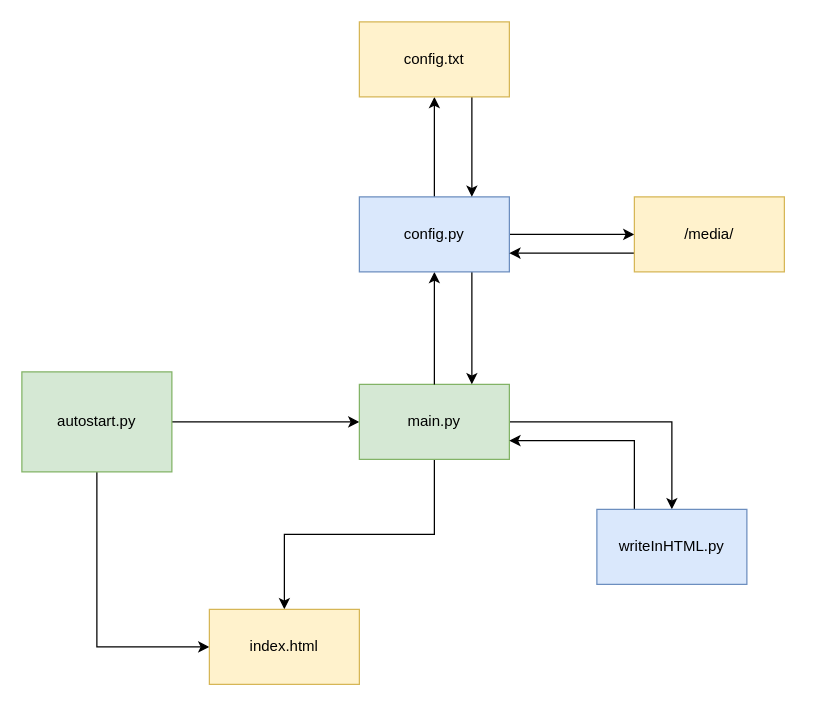
Earlier version of the draw.io diagram Flowchart.drawio (WFWisag/Lobbyfernseher-code). Source tidied: cells renumbered, new cells numbered last; positions are measured from the earlier drawing's top-left corner, leaving out a move shared by most shapes. Both pictures are drawn from the tidied source at 125%, with x=0, y=0 at pixel (21, 21).
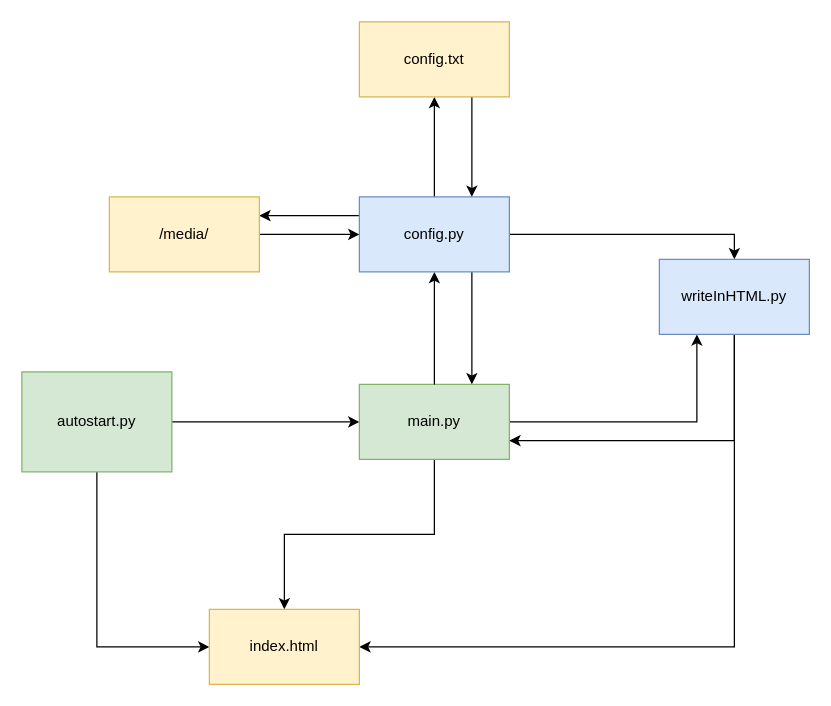
The same page after the edit.

The change refers to these unchanged cells:
```xml
<mxCell id="7" value="main.py" style="rounded=0;whiteSpace=wrap;html=1;fillColor=#d5e8d4;strokeColor=#82b366;" parent="1" vertex="1">
  <mxGeometry x="270" y="290" width="120" height="60" as="geometry" />
</mxCell>
<mxCell id="12" value="config.py" style="rounded=0;whiteSpace=wrap;html=1;fillColor=#dae8fc;strokeColor=#6c8ebf;" parent="1" vertex="1">
  <mxGeometry x="270" y="140" width="120" height="60" as="geometry" />
</mxCell>
<mxCell id="17" value="index.html" style="rounded=0;whiteSpace=wrap;html=1;fillColor=#fff2cc;strokeColor=#d6b656;" parent="1" vertex="1">
  <mxGeometry x="150" y="470" width="120" height="60" as="geometry" />
</mxCell>
```

Diff of the diagram source:
```diff
@@
-    <mxCell id="5" style="edgeStyle=orthogonalEdgeStyle;rounded=0;jettySize=auto;html=1;exitX=1;exitY=0.5;exitDx=0;exitDy=0;entryX=0.5;entryY=0;entryDx=0;entryDy=0;" parent="1" edge="1" source="7" target="14">
+    <mxCell id="5" style="edgeStyle=orthogonalEdgeStyle;rounded=0;jettySize=auto;html=1;exitX=1;exitY=0.5;exitDx=0;exitDy=0;entryX=0.25;entryY=1;entryDx=0;entryDy=0;" parent="1" edge="1" source="7" target="14">
       <mxGeometry relative="1" as="geometry" />
     </mxCell>
@@
-    <mxCell id="11" style="edgeStyle=orthogonalEdgeStyle;rounded=0;jettySize=auto;html=1;exitX=1;exitY=0.5;exitDx=0;exitDy=0;entryX=0;entryY=0.5;entryDx=0;entryDy=0;" parent="1" edge="1" source="12" target="19">
+    <mxCell id="11" style="edgeStyle=orthogonalEdgeStyle;rounded=0;jettySize=auto;html=1;exitX=0;exitY=0.25;exitDx=0;exitDy=0;entryX=1;entryY=0.25;entryDx=0;entryDy=0;" parent="1" edge="1" source="12" target="19">
       <mxGeometry relative="1" as="geometry" />
     </mxCell>
+    <mxCell id="20" style="edgeStyle=orthogonalEdgeStyle;rounded=0;jettySize=auto;html=1;exitX=1;exitY=0.5;exitDx=0;exitDy=0;entryX=0.5;entryY=0;entryDx=0;entryDy=0;" parent="1" edge="1" source="12" target="14">
+      <mxGeometry relative="1" as="geometry" />
+    </mxCell>
@@
-    <mxCell id="13" style="edgeStyle=orthogonalEdgeStyle;rounded=0;jettySize=auto;html=1;exitX=0.25;exitY=0;exitDx=0;exitDy=0;entryX=1;entryY=0.75;entryDx=0;entryDy=0;" parent="1" edge="1" source="14" target="7">
-      <mxGeometry relative="1" as="geometry" />
+    <mxCell id="13" style="edgeStyle=orthogonalEdgeStyle;rounded=0;jettySize=auto;html=1;exitX=0.5;exitY=1;exitDx=0;exitDy=0;entryX=1;entryY=0.75;entryDx=0;entryDy=0;" parent="1" edge="1" source="14" target="7">
+      <mxGeometry relative="1" as="geometry">
+        <Array as="points">
+          <mxPoint x="570" y="335" />
+        </Array>
+      </mxGeometry>
     </mxCell>
+    <mxCell id="21" style="edgeStyle=orthogonalEdgeStyle;rounded=0;jettySize=auto;html=1;exitX=0.5;exitY=1;exitDx=0;exitDy=0;entryX=1;entryY=0.5;entryDx=0;entryDy=0;" parent="1" edge="1" source="14" target="17">
+      <mxGeometry relative="1" as="geometry" />
+    </mxCell>
     <mxCell id="14" value="writeInHTML.py" style="rounded=0;whiteSpace=wrap;html=1;fillColor=#dae8fc;strokeColor=#6c8ebf;" parent="1" vertex="1">
-      <mxGeometry x="460" y="390" width="120" height="60" as="geometry" />
+      <mxGeometry x="510" y="190" width="120" height="60" as="geometry" />
     </mxCell>
@@
-    <mxCell id="18" style="edgeStyle=orthogonalEdgeStyle;rounded=0;jettySize=auto;html=1;exitX=0;exitY=0.75;exitDx=0;exitDy=0;entryX=1;entryY=0.75;entryDx=0;entryDy=0;" parent="1" edge="1" source="19" target="12">
+    <mxCell id="18" style="edgeStyle=orthogonalEdgeStyle;rounded=0;jettySize=auto;html=1;exitX=1;exitY=0.5;exitDx=0;exitDy=0;entryX=0;entryY=0.5;entryDx=0;entryDy=0;" parent="1" edge="1" source="19" target="12">
       <mxGeometry relative="1" as="geometry" />
     </mxCell>
     <mxCell id="19" value="/media/" style="rounded=0;whiteSpace=wrap;html=1;fillColor=#fff2cc;strokeColor=#d6b656;" parent="1" vertex="1">
-      <mxGeometry x="490" y="140" width="120" height="60" as="geometry" />
+      <mxGeometry x="70" y="140" width="120" height="60" as="geometry" />
     </mxCell>
```
